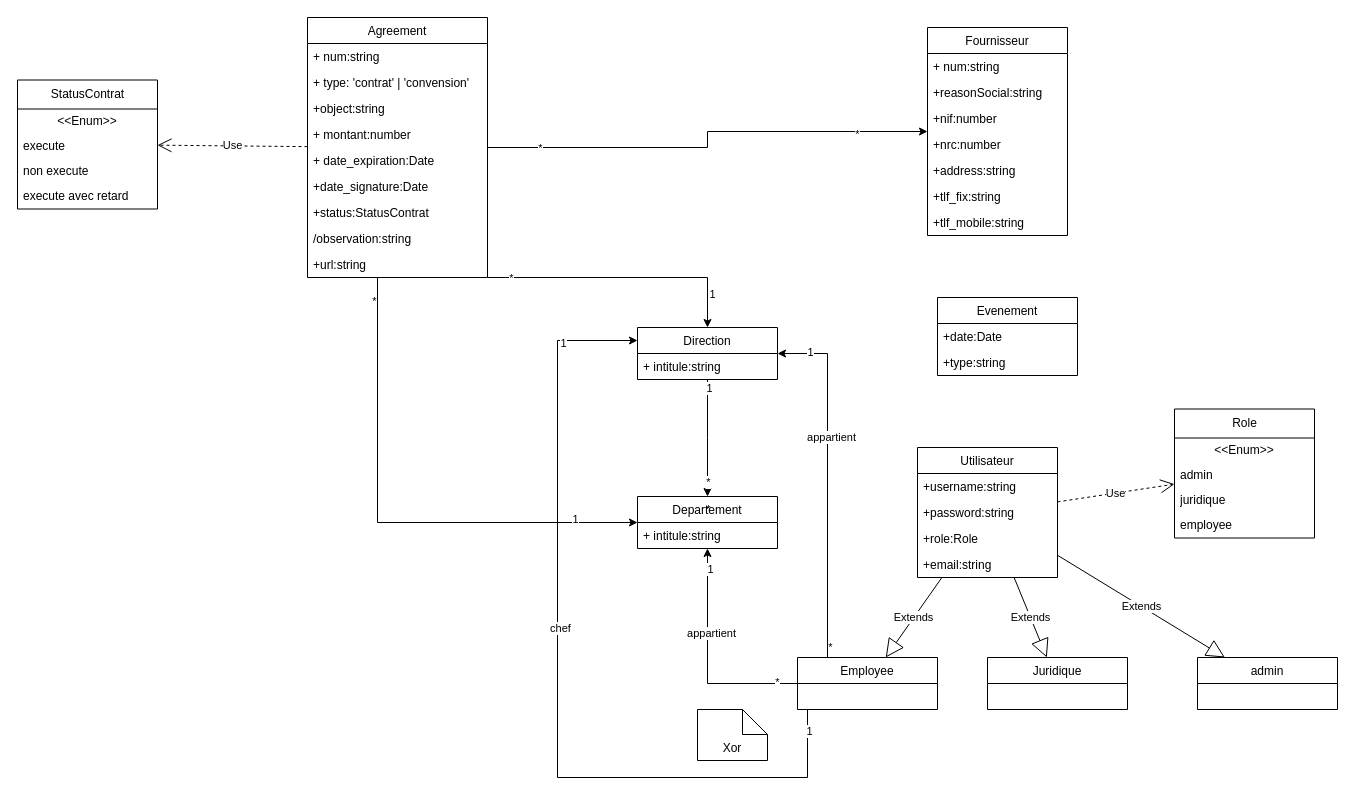
stormsidali2001/contracts-management keeps this draw.io diagram as diagrams.drawio. Above is the earlier version. Source tidied: cells renumbered, new cells numbered last; positions are measured from the earlier drawing's top-left corner, leaving out a move shared by most shapes. Both pictures are drawn from the tidied source at 100%, with x=0, y=0 at pixel (17, 17).
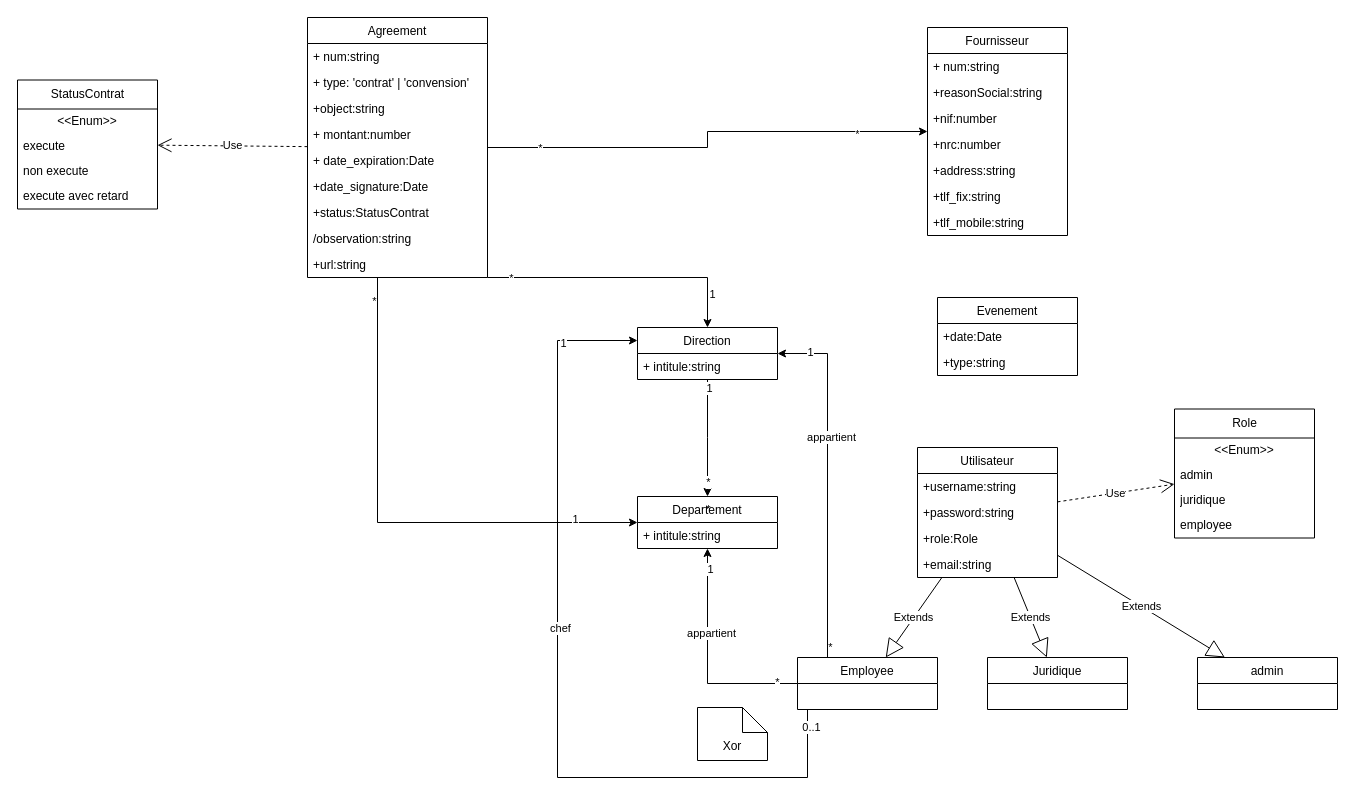
After the change.

Unchanged cells that the change refers to:
```xml
<mxCell id="64" style="edgeStyle=orthogonalEdgeStyle;rounded=0;jettySize=auto;html=1;entryX=0;entryY=0.25;entryDx=0;entryDy=0;" parent="1" edge="1" source="63" target="30">
  <mxGeometry relative="1" as="geometry">
    <Array as="points">
      <mxPoint x="790" y="760" />
      <mxPoint x="540" y="760" />
      <mxPoint x="540" y="323" />
    </Array>
  </mxGeometry>
</mxCell>
```

The edit, as a diff of the source:
```diff
@@
-    <mxCell id="67" value="1" style="edgeLabel;html=1;align=center;verticalAlign=middle;" parent="64" vertex="1">
-      <mxGeometry x="-0.95" relative="1" as="geometry">
-        <mxPoint x="1" as="offset" />
-      </mxGeometry>
-    </mxCell>
+    <mxCell id="76" value="0..1" style="edgeLabel;html=1;align=center;verticalAlign=middle;" parent="64" vertex="1">
+      <mxGeometry x="-0.96" y="3" relative="1" as="geometry" />
+    </mxCell>
     <mxCell id="68" value="Xor" style="shape=note2;boundedLbl=1;whiteSpace=wrap;html=1;size=25;verticalAlign=top;align=center;" parent="1" vertex="1">
-      <mxGeometry x="680" y="692" width="70" height="51" as="geometry" />
+      <mxGeometry x="680" y="690" width="70" height="53" as="geometry" />
     </mxCell>
```
